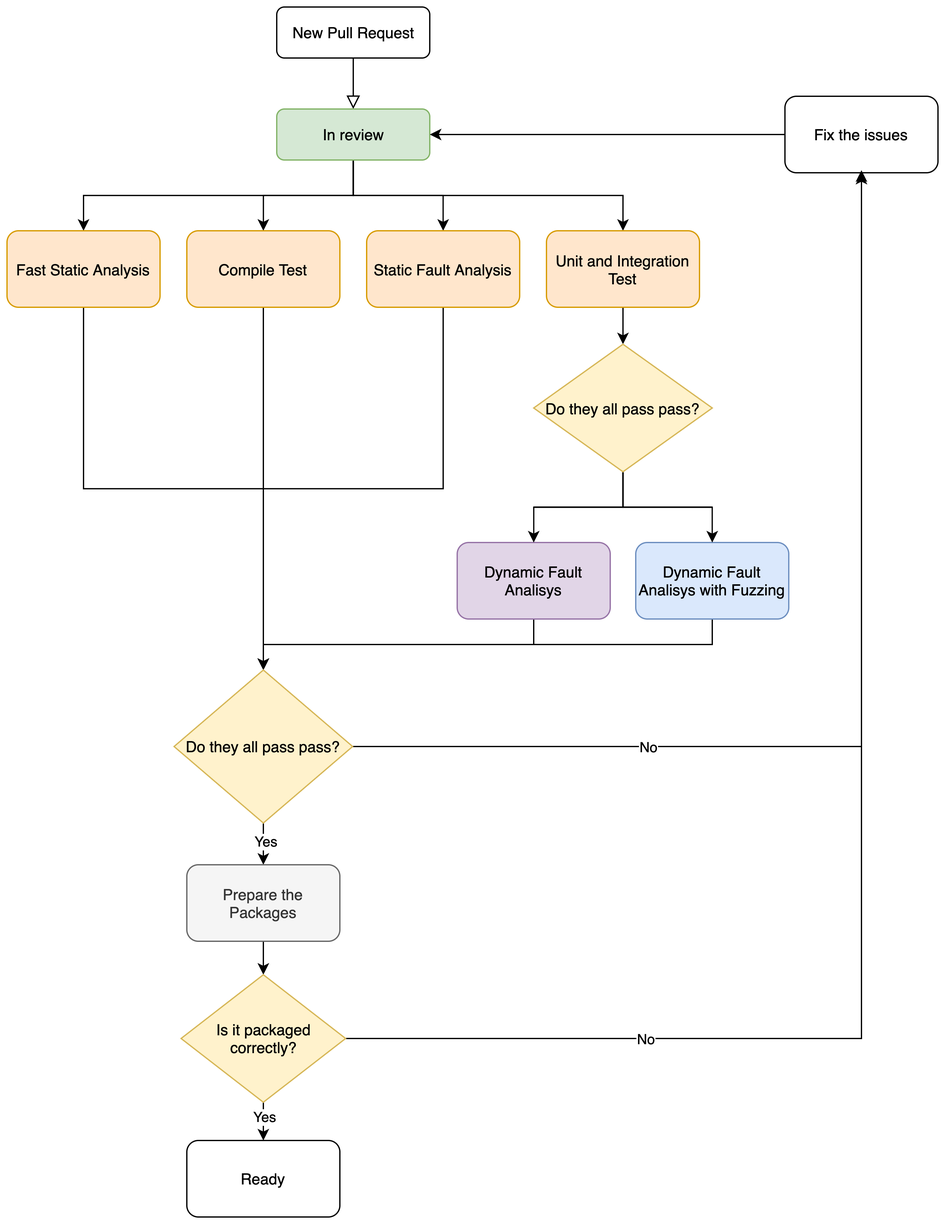
Above: wp2-deliverable-2.2/resources/WorkflowGlobal.png in sifis-home/wp2-documents (draw.io), before the change. Source tidied: cells renumbered, new cells last; positions are measured from the earlier drawing's top-left corner, leaving out a move shared by most shapes. The source it was exported from:
```xml
<mxGraphModel>
  <root>
    <mxCell id="0" />
    <mxCell id="1" parent="0" />
    <mxCell id="2" style="rounded=0;html=1;jettySize=auto;fontSize=11;endArrow=block;endFill=0;endSize=8;strokeWidth=1;shadow=0;labelBackgroundColor=none;edgeStyle=orthogonalEdgeStyle;entryX=0.5;entryY=0;entryDx=0;entryDy=0;" parent="1" edge="1" source="3" target="8">
      <mxGeometry relative="1" as="geometry" />
    </mxCell>
    <mxCell id="3" value="New Pull Request" style="rounded=1;whiteSpace=wrap;html=1;fontSize=12;glass=0;strokeWidth=1;shadow=0;" parent="1" vertex="1">
      <mxGeometry x="211.5" width="120" height="40" as="geometry" />
    </mxCell>
    <mxCell id="4" style="edgeStyle=orthogonalEdgeStyle;rounded=0;jettySize=auto;html=1;exitX=0.5;exitY=1;exitDx=0;exitDy=0;entryX=0.5;entryY=0;entryDx=0;entryDy=0;" parent="1" edge="1" source="8" target="10">
      <mxGeometry relative="1" as="geometry" />
    </mxCell>
    <mxCell id="5" style="edgeStyle=orthogonalEdgeStyle;rounded=0;jettySize=auto;html=1;exitX=0.5;exitY=1;exitDx=0;exitDy=0;" parent="1" edge="1" source="8" target="16">
      <mxGeometry relative="1" as="geometry" />
    </mxCell>
    <mxCell id="6" style="edgeStyle=orthogonalEdgeStyle;rounded=0;jettySize=auto;html=1;exitX=0.5;exitY=1;exitDx=0;exitDy=0;" parent="1" edge="1" source="8" target="12">
      <mxGeometry relative="1" as="geometry" />
    </mxCell>
    <mxCell id="7" style="edgeStyle=orthogonalEdgeStyle;rounded=0;jettySize=auto;html=1;exitX=0.5;exitY=1;exitDx=0;exitDy=0;" parent="1" edge="1" source="8" target="14">
      <mxGeometry relative="1" as="geometry" />
    </mxCell>
    <mxCell id="8" value="In review" style="rounded=1;whiteSpace=wrap;html=1;fontSize=12;glass=0;strokeWidth=1;shadow=0;fillColor=#d5e8d4;strokeColor=#82b366;" parent="1" vertex="1">
      <mxGeometry x="211.5" y="80" width="120" height="40" as="geometry" />
    </mxCell>
    <mxCell id="9" style="edgeStyle=orthogonalEdgeStyle;rounded=0;jettySize=auto;html=1;exitX=0.5;exitY=1;exitDx=0;exitDy=0;entryX=0.5;entryY=0;entryDx=0;entryDy=0;" parent="1" edge="1" source="10" target="25">
      <mxGeometry relative="1" as="geometry" />
    </mxCell>
    <mxCell id="10" value="Fast Static Analysis" style="rounded=1;whiteSpace=wrap;html=1;fillColor=#ffe6cc;strokeColor=#d79b00;" parent="1" vertex="1">
      <mxGeometry y="175.5" width="120" height="60" as="geometry" />
    </mxCell>
    <mxCell id="11" style="edgeStyle=orthogonalEdgeStyle;rounded=0;jettySize=auto;html=1;exitX=0.5;exitY=1;exitDx=0;exitDy=0;entryX=0.5;entryY=0;entryDx=0;entryDy=0;" parent="1" edge="1" source="12" target="25">
      <mxGeometry relative="1" as="geometry" />
    </mxCell>
    <mxCell id="12" value="Compile Test" style="rounded=1;whiteSpace=wrap;html=1;fillColor=#ffe6cc;strokeColor=#d79b00;" parent="1" vertex="1">
      <mxGeometry x="141" y="175.5" width="120" height="60" as="geometry" />
    </mxCell>
    <mxCell id="13" style="edgeStyle=orthogonalEdgeStyle;rounded=0;jettySize=auto;html=1;exitX=0.5;exitY=1;exitDx=0;exitDy=0;entryX=0.5;entryY=0;entryDx=0;entryDy=0;" parent="1" edge="1" source="14" target="25">
      <mxGeometry relative="1" as="geometry" />
    </mxCell>
    <mxCell id="14" value="Static Fault Analysis" style="rounded=1;whiteSpace=wrap;html=1;fillColor=#ffe6cc;strokeColor=#d79b00;" parent="1" vertex="1">
      <mxGeometry x="282" y="175.5" width="120" height="60" as="geometry" />
    </mxCell>
    <mxCell id="15" style="edgeStyle=orthogonalEdgeStyle;rounded=0;jettySize=auto;html=1;exitX=0.5;exitY=1;exitDx=0;exitDy=0;" parent="1" edge="1" source="16" target="28">
      <mxGeometry relative="1" as="geometry" />
    </mxCell>
    <mxCell id="16" value="Unit and Integration&lt;br&gt;Test" style="rounded=1;whiteSpace=wrap;html=1;fillColor=#ffe6cc;strokeColor=#d79b00;" parent="1" vertex="1">
      <mxGeometry x="423" y="175.5" width="120" height="60" as="geometry" />
    </mxCell>
    <mxCell id="17" style="edgeStyle=orthogonalEdgeStyle;rounded=0;jettySize=auto;html=1;exitX=0.5;exitY=1;exitDx=0;exitDy=0;entryX=0.5;entryY=0;entryDx=0;entryDy=0;" parent="1" edge="1" source="18" target="25">
      <mxGeometry relative="1" as="geometry" />
    </mxCell>
    <mxCell id="18" value="Dynamic Fault Analisys" style="rounded=1;whiteSpace=wrap;html=1;fillColor=#e1d5e7;strokeColor=#9673a6;" parent="1" vertex="1">
      <mxGeometry x="353" y="420" width="120" height="60" as="geometry" />
    </mxCell>
    <mxCell id="19" style="edgeStyle=orthogonalEdgeStyle;rounded=0;jettySize=auto;html=1;exitX=0.5;exitY=1;exitDx=0;exitDy=0;entryX=0.5;entryY=0;entryDx=0;entryDy=0;" parent="1" edge="1" source="20" target="25">
      <mxGeometry relative="1" as="geometry" />
    </mxCell>
    <mxCell id="20" value="Dynamic Fault Analisys with Fuzzing" style="rounded=1;whiteSpace=wrap;html=1;fillColor=#dae8fc;strokeColor=#6c8ebf;" parent="1" vertex="1">
      <mxGeometry x="493" y="420" width="120" height="60" as="geometry" />
    </mxCell>
    <mxCell id="21" style="edgeStyle=orthogonalEdgeStyle;rounded=0;jettySize=auto;html=1;exitX=1;exitY=0.5;exitDx=0;exitDy=0;entryX=0.5;entryY=1;entryDx=0;entryDy=0;" parent="1" edge="1" source="25" target="30">
      <mxGeometry relative="1" as="geometry" />
    </mxCell>
    <mxCell id="22" value="No" style="edgeLabel;html=1;align=center;verticalAlign=middle;" parent="21" vertex="1">
      <mxGeometry x="-0.46" y="3" relative="1" as="geometry">
        <mxPoint y="3" as="offset" />
      </mxGeometry>
    </mxCell>
    <mxCell id="23" style="edgeStyle=orthogonalEdgeStyle;rounded=0;jettySize=auto;html=1;exitX=0.5;exitY=1;exitDx=0;exitDy=0;entryX=0.5;entryY=0;entryDx=0;entryDy=0;" parent="1" edge="1" source="25" target="32">
      <mxGeometry relative="1" as="geometry" />
    </mxCell>
    <mxCell id="24" value="Yes" style="edgeLabel;html=1;align=center;verticalAlign=middle;" parent="23" vertex="1">
      <mxGeometry x="-0.12" y="1" relative="1" as="geometry" />
    </mxCell>
    <mxCell id="25" value="Do they all pass pass?" style="rhombus;whiteSpace=wrap;html=1;fillColor=#fff2cc;strokeColor=#d6b656;" parent="1" vertex="1">
      <mxGeometry x="131" y="520" width="140" height="120" as="geometry" />
    </mxCell>
    <mxCell id="26" style="edgeStyle=orthogonalEdgeStyle;rounded=0;jettySize=auto;html=1;exitX=0.5;exitY=1;exitDx=0;exitDy=0;" parent="1" edge="1" source="28" target="18">
      <mxGeometry relative="1" as="geometry" />
    </mxCell>
    <mxCell id="27" style="edgeStyle=orthogonalEdgeStyle;rounded=0;jettySize=auto;html=1;exitX=0.5;exitY=1;exitDx=0;exitDy=0;entryX=0.5;entryY=0;entryDx=0;entryDy=0;" parent="1" edge="1" source="28" target="20">
      <mxGeometry relative="1" as="geometry" />
    </mxCell>
    <mxCell id="28" value="Do they all pass pass?" style="rhombus;whiteSpace=wrap;html=1;fillColor=#fff2cc;strokeColor=#d6b656;" parent="1" vertex="1">
      <mxGeometry x="413" y="264.5" width="140" height="100" as="geometry" />
    </mxCell>
    <mxCell id="29" style="edgeStyle=orthogonalEdgeStyle;rounded=0;jettySize=auto;html=1;exitX=0;exitY=0.5;exitDx=0;exitDy=0;entryX=1;entryY=0.5;entryDx=0;entryDy=0;" parent="1" edge="1" source="30" target="8">
      <mxGeometry relative="1" as="geometry" />
    </mxCell>
    <mxCell id="30" value="Fix the issues" style="rounded=1;whiteSpace=wrap;html=1;" parent="1" vertex="1">
      <mxGeometry x="610" y="70" width="120" height="60" as="geometry" />
    </mxCell>
    <mxCell id="31" style="edgeStyle=orthogonalEdgeStyle;rounded=0;jettySize=auto;html=1;exitX=0.5;exitY=1;exitDx=0;exitDy=0;entryX=0.5;entryY=0;entryDx=0;entryDy=0;" parent="1" edge="1" source="32" target="37">
      <mxGeometry relative="1" as="geometry" />
    </mxCell>
    <mxCell id="32" value="Prepare the Packages" style="rounded=1;whiteSpace=wrap;html=1;fillColor=#f5f5f5;strokeColor=#666666;fontColor=#333333;" parent="1" vertex="1">
      <mxGeometry x="141" y="672.8" width="120" height="60" as="geometry" />
    </mxCell>
    <mxCell id="33" style="edgeStyle=orthogonalEdgeStyle;rounded=0;jettySize=auto;html=1;exitX=1;exitY=0.5;exitDx=0;exitDy=0;" parent="1" edge="1" source="37">
      <mxGeometry relative="1" as="geometry">
        <mxPoint x="670" y="128" as="targetPoint" />
      </mxGeometry>
    </mxCell>
    <mxCell id="34" value="No" style="edgeLabel;html=1;align=center;verticalAlign=middle;" parent="33" vertex="1">
      <mxGeometry x="-0.62" y="-1" relative="1" as="geometry">
        <mxPoint x="30.5" y="-1" as="offset" />
      </mxGeometry>
    </mxCell>
    <mxCell id="35" style="edgeStyle=orthogonalEdgeStyle;rounded=0;jettySize=auto;html=1;exitX=0.5;exitY=1;exitDx=0;exitDy=0;" parent="1" edge="1" source="37" target="38">
      <mxGeometry relative="1" as="geometry" />
    </mxCell>
    <mxCell id="36" value="Yes" style="edgeLabel;html=1;align=center;verticalAlign=middle;" parent="35" vertex="1">
      <mxGeometry x="0.24" relative="1" as="geometry" />
    </mxCell>
    <mxCell id="37" value="Is it packaged correctly?" style="rhombus;whiteSpace=wrap;html=1;fillColor=#fff2cc;strokeColor=#d6b656;" parent="1" vertex="1">
      <mxGeometry x="136.5" y="759" width="129" height="100" as="geometry" />
    </mxCell>
    <mxCell id="38" value="Ready" style="rounded=1;whiteSpace=wrap;html=1;" parent="1" vertex="1">
      <mxGeometry x="141" y="889" width="120" height="60" as="geometry" />
    </mxCell>
  </root>
</mxGraphModel>
```
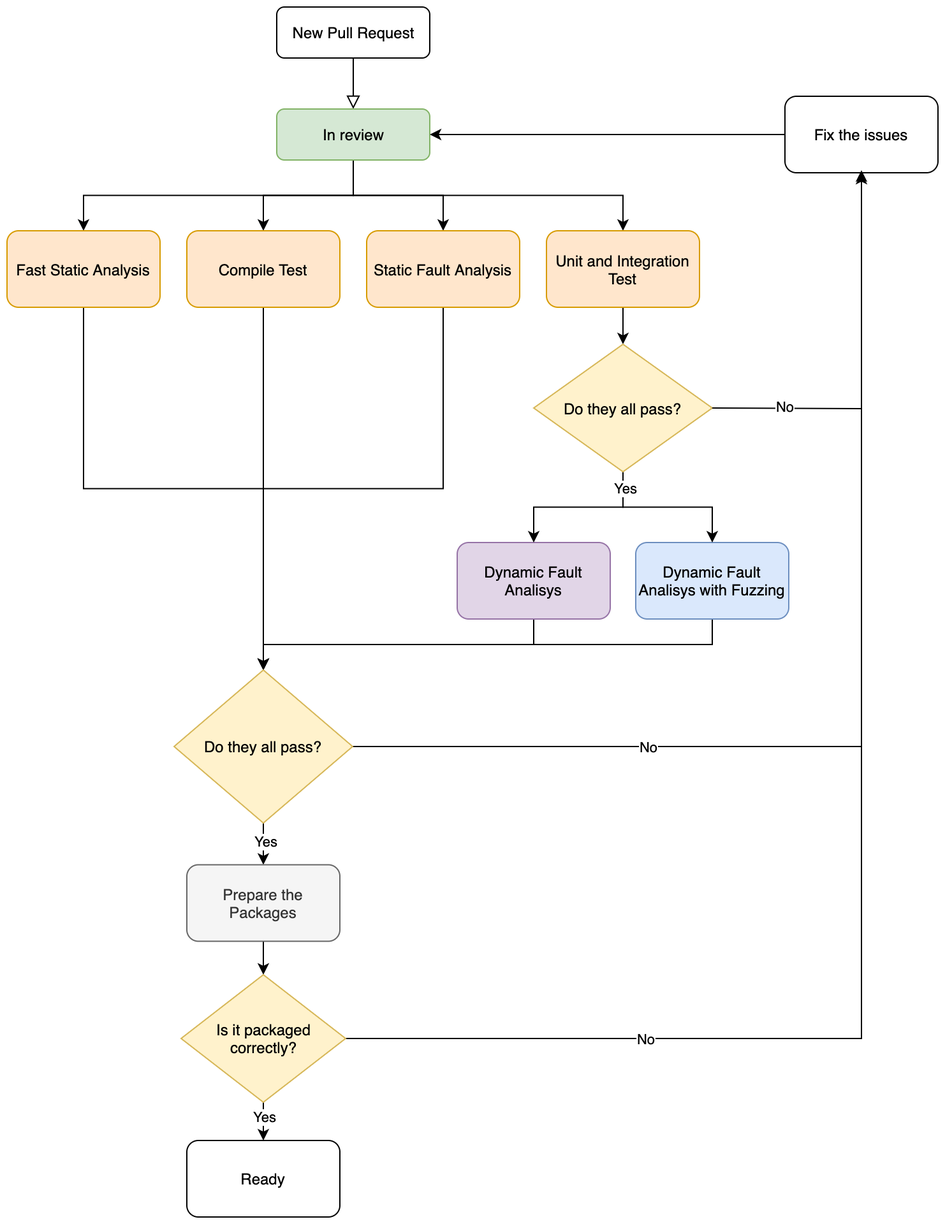
Above is the later version.

Commit message:
Update the Global diagram

Change to the diagram source:
```diff
@@ -41,7 +41,7 @@
     <mxCell id="14" value="Static Fault Analysis" style="rounded=1;whiteSpace=wrap;html=1;fillColor=#ffe6cc;strokeColor=#d79b00;" parent="1" vertex="1">
       <mxGeometry x="282" y="175.5" width="120" height="60" as="geometry" />
     </mxCell>
-    <mxCell id="15" style="edgeStyle=orthogonalEdgeStyle;rounded=0;jettySize=auto;html=1;exitX=0.5;exitY=1;exitDx=0;exitDy=0;" parent="1" edge="1" source="16" target="28">
+    <mxCell id="15" style="edgeStyle=orthogonalEdgeStyle;rounded=0;jettySize=auto;html=1;exitX=0.5;exitY=1;exitDx=0;exitDy=0;" parent="1" edge="1" source="16" target="29">
       <mxGeometry relative="1" as="geometry" />
     </mxCell>
     <mxCell id="16" value="Unit and Integration&lt;br&gt;Test" style="rounded=1;whiteSpace=wrap;html=1;fillColor=#ffe6cc;strokeColor=#d79b00;" parent="1" vertex="1">
@@ -59,7 +59,7 @@
     <mxCell id="20" value="Dynamic Fault Analisys with Fuzzing" style="rounded=1;whiteSpace=wrap;html=1;fillColor=#dae8fc;strokeColor=#6c8ebf;" parent="1" vertex="1">
       <mxGeometry x="493" y="420" width="120" height="60" as="geometry" />
     </mxCell>
-    <mxCell id="21" style="edgeStyle=orthogonalEdgeStyle;rounded=0;jettySize=auto;html=1;exitX=1;exitY=0.5;exitDx=0;exitDy=0;entryX=0.5;entryY=1;entryDx=0;entryDy=0;" parent="1" edge="1" source="25" target="30">
+    <mxCell id="21" style="edgeStyle=orthogonalEdgeStyle;rounded=0;jettySize=auto;html=1;exitX=1;exitY=0.5;exitDx=0;exitDy=0;entryX=0.5;entryY=1;entryDx=0;entryDy=0;" parent="1" edge="1" source="25" target="31">
       <mxGeometry relative="1" as="geometry" />
     </mxCell>
     <mxCell id="22" value="No" style="edgeLabel;html=1;align=center;verticalAlign=middle;" parent="21" vertex="1">
@@ -67,57 +67,70 @@
         <mxPoint y="3" as="offset" />
       </mxGeometry>
     </mxCell>
-    <mxCell id="23" style="edgeStyle=orthogonalEdgeStyle;rounded=0;jettySize=auto;html=1;exitX=0.5;exitY=1;exitDx=0;exitDy=0;entryX=0.5;entryY=0;entryDx=0;entryDy=0;" parent="1" edge="1" source="25" target="32">
+    <mxCell id="23" style="edgeStyle=orthogonalEdgeStyle;rounded=0;jettySize=auto;html=1;exitX=0.5;exitY=1;exitDx=0;exitDy=0;entryX=0.5;entryY=0;entryDx=0;entryDy=0;" parent="1" edge="1" source="25" target="33">
       <mxGeometry relative="1" as="geometry" />
     </mxCell>
     <mxCell id="24" value="Yes" style="edgeLabel;html=1;align=center;verticalAlign=middle;" parent="23" vertex="1">
       <mxGeometry x="-0.12" y="1" relative="1" as="geometry" />
     </mxCell>
-    <mxCell id="25" value="Do they all pass pass?" style="rhombus;whiteSpace=wrap;html=1;fillColor=#fff2cc;strokeColor=#d6b656;" parent="1" vertex="1">
+    <mxCell id="25" value="Do they all pass?" style="rhombus;whiteSpace=wrap;html=1;fillColor=#fff2cc;strokeColor=#d6b656;" parent="1" vertex="1">
       <mxGeometry x="131" y="520" width="140" height="120" as="geometry" />
     </mxCell>
-    <mxCell id="26" style="edgeStyle=orthogonalEdgeStyle;rounded=0;jettySize=auto;html=1;exitX=0.5;exitY=1;exitDx=0;exitDy=0;" parent="1" edge="1" source="28" target="18">
+    <mxCell id="26" style="edgeStyle=orthogonalEdgeStyle;rounded=0;jettySize=auto;html=1;exitX=0.5;exitY=1;exitDx=0;exitDy=0;" parent="1" edge="1" source="29" target="18">
       <mxGeometry relative="1" as="geometry" />
     </mxCell>
-    <mxCell id="27" style="edgeStyle=orthogonalEdgeStyle;rounded=0;jettySize=auto;html=1;exitX=0.5;exitY=1;exitDx=0;exitDy=0;entryX=0.5;entryY=0;entryDx=0;entryDy=0;" parent="1" edge="1" source="28" target="20">
+    <mxCell id="27" style="edgeStyle=orthogonalEdgeStyle;rounded=0;jettySize=auto;html=1;exitX=0.5;exitY=1;exitDx=0;exitDy=0;entryX=0.5;entryY=0;entryDx=0;entryDy=0;" parent="1" edge="1" source="29" target="20">
       <mxGeometry relative="1" as="geometry" />
     </mxCell>
-    <mxCell id="28" value="Do they all pass pass?" style="rhombus;whiteSpace=wrap;html=1;fillColor=#fff2cc;strokeColor=#d6b656;" parent="1" vertex="1">
-      <mxGeometry x="413" y="264.5" width="140" height="100" as="geometry" />
+    <mxCell id="28" value="Yes" style="edgeLabel;html=1;align=center;verticalAlign=middle;points=[];" parent="27" vertex="1">
+      <mxGeometry x="-0.8" y="1" relative="1" as="geometry">
+        <mxPoint y="1" as="offset" />
+      </mxGeometry>
     </mxCell>
-    <mxCell id="29" style="edgeStyle=orthogonalEdgeStyle;rounded=0;jettySize=auto;html=1;exitX=0;exitY=0.5;exitDx=0;exitDy=0;entryX=1;entryY=0.5;entryDx=0;entryDy=0;" parent="1" edge="1" source="30" target="8">
-      <mxGeometry relative="1" as="geometry" />
+    <mxCell id="29" value="Do they all pass?" style="rhombus;whiteSpace=wrap;html=1;fillColor=#fff2cc;strokeColor=#d6b656;" parent="1" vertex="1">
+      <mxGeometry x="413" y="264.5" width="140" height="100" as="geometry" />
     </mxCell>
-    <mxCell id="30" value="Fix the issues" style="rounded=1;whiteSpace=wrap;html=1;" parent="1" vertex="1">
-      <mxGeometry x="610" y="70" width="120" height="60" as="geometry" />
+    <mxCell id="30" style="edgeStyle=orthogonalEdgeStyle;rounded=0;jettySize=auto;html=1;exitX=0;exitY=0.5;exitDx=0;exitDy=0;entryX=1;entryY=0.5;entryDx=0;entryDy=0;" parent="1" edge="1" source="31" target="8">
+      <mxGeometry relative="1" as="geometry" />
     </mxCell>
-    <mxCell id="31" style="edgeStyle=orthogonalEdgeStyle;rounded=0;jettySize=auto;html=1;exitX=0.5;exitY=1;exitDx=0;exitDy=0;entryX=0.5;entryY=0;entryDx=0;entryDy=0;" parent="1" edge="1" source="32" target="37">
-      <mxGeometry relative="1" as="geometry" />
+    <mxCell id="31" value="Fix the issues" style="rounded=1;whiteSpace=wrap;html=1;" parent="1" vertex="1">
+      <mxGeometry x="610" y="70" width="120" height="60" as="geometry" />
     </mxCell>
-    <mxCell id="32" value="Prepare the Packages" style="rounded=1;whiteSpace=wrap;html=1;fillColor=#f5f5f5;strokeColor=#666666;fontColor=#333333;" parent="1" vertex="1">
-      <mxGeometry x="141" y="672.8" width="120" height="60" as="geometry" />
+    <mxCell id="32" style="edgeStyle=orthogonalEdgeStyle;rounded=0;jettySize=auto;html=1;exitX=0.5;exitY=1;exitDx=0;exitDy=0;entryX=0.5;entryY=0;entryDx=0;entryDy=0;" parent="1" edge="1" source="33" target="38">
+      <mxGeometry relative="1" as="geometry" />
     </mxCell>
-    <mxCell id="33" style="edgeStyle=orthogonalEdgeStyle;rounded=0;jettySize=auto;html=1;exitX=1;exitY=0.5;exitDx=0;exitDy=0;" parent="1" edge="1" source="37">
-      <mxGeometry relative="1" as="geometry">
-        <mxPoint x="670" y="128" as="targetPoint" />
-      </mxGeometry>
+    <mxCell id="33" value="Prepare the Packages" style="rounded=1;whiteSpace=wrap;html=1;fillColor=#f5f5f5;strokeColor=#666666;fontColor=#333333;" parent="1" vertex="1">
+      <mxGeometry x="141" y="672.8" width="120" height="60" as="geometry" />
     </mxCell>
-    <mxCell id="34" value="No" style="edgeLabel;html=1;align=center;verticalAlign=middle;" parent="33" vertex="1">
-      <mxGeometry x="-0.62" y="-1" relative="1" as="geometry">
-        <mxPoint x="30.5" y="-1" as="offset" />
+    <mxCell id="34" style="edgeStyle=orthogonalEdgeStyle;rounded=0;jettySize=auto;html=1;exitX=1;exitY=0.5;exitDx=0;exitDy=0;" parent="1" edge="1" source="38">
+      <mxGeometry relative="1" as="geometry">
+        <mxPoint x="670" y="128" as="targetPoint" />
       </mxGeometry>
     </mxCell>
-    <mxCell id="35" style="edgeStyle=orthogonalEdgeStyle;rounded=0;jettySize=auto;html=1;exitX=0.5;exitY=1;exitDx=0;exitDy=0;" parent="1" edge="1" source="37" target="38">
-      <mxGeometry relative="1" as="geometry" />
+    <mxCell id="35" value="No" style="edgeLabel;html=1;align=center;verticalAlign=middle;" parent="34" vertex="1">
+      <mxGeometry x="-0.62" y="-1" relative="1" as="geometry">
+        <mxPoint x="30.5" y="-1" as="offset" />
+      </mxGeometry>
     </mxCell>
-    <mxCell id="36" value="Yes" style="edgeLabel;html=1;align=center;verticalAlign=middle;" parent="35" vertex="1">
-      <mxGeometry x="0.24" relative="1" as="geometry" />
+    <mxCell id="36" style="edgeStyle=orthogonalEdgeStyle;rounded=0;jettySize=auto;html=1;exitX=0.5;exitY=1;exitDx=0;exitDy=0;" parent="1" edge="1" source="38" target="39">
+      <mxGeometry relative="1" as="geometry" />
     </mxCell>
-    <mxCell id="37" value="Is it packaged correctly?" style="rhombus;whiteSpace=wrap;html=1;fillColor=#fff2cc;strokeColor=#d6b656;" parent="1" vertex="1">
-      <mxGeometry x="136.5" y="759" width="129" height="100" as="geometry" />
+    <mxCell id="37" value="Yes" style="edgeLabel;html=1;align=center;verticalAlign=middle;points=[];" parent="36" vertex="1">
+      <mxGeometry x="0.24" relative="1" as="geometry" />
     </mxCell>
-    <mxCell id="38" value="Ready" style="rounded=1;whiteSpace=wrap;html=1;" parent="1" vertex="1">
-      <mxGeometry x="141" y="889" width="120" height="60" as="geometry" />
+    <mxCell id="38" value="Is it packaged correctly?" style="rhombus;whiteSpace=wrap;html=1;fillColor=#fff2cc;strokeColor=#d6b656;" parent="1" vertex="1">
+      <mxGeometry x="136.5" y="759" width="129" height="100" as="geometry" />
     </mxCell>
+    <mxCell id="39" value="Ready" style="rounded=1;whiteSpace=wrap;html=1;" parent="1" vertex="1">
+      <mxGeometry x="141" y="889" width="120" height="60" as="geometry" />
+    </mxCell>
+    <mxCell id="40" style="endArrow=none;html=1;exitX=1;exitY=0.5;exitDx=0;exitDy=0;" parent="1" edge="1" source="29">
+      <mxGeometry relative="1" as="geometry">
+        <mxPoint x="670" y="315" as="targetPoint" />
+      </mxGeometry>
+    </mxCell>
+    <mxCell id="41" value="No" style="edgeLabel;html=1;align=center;verticalAlign=middle;" parent="40" vertex="1">
+      <mxGeometry x="-0.04" y="1" relative="1" as="geometry" />
+    </mxCell>
   </root>
 </mxGraphModel>
```
